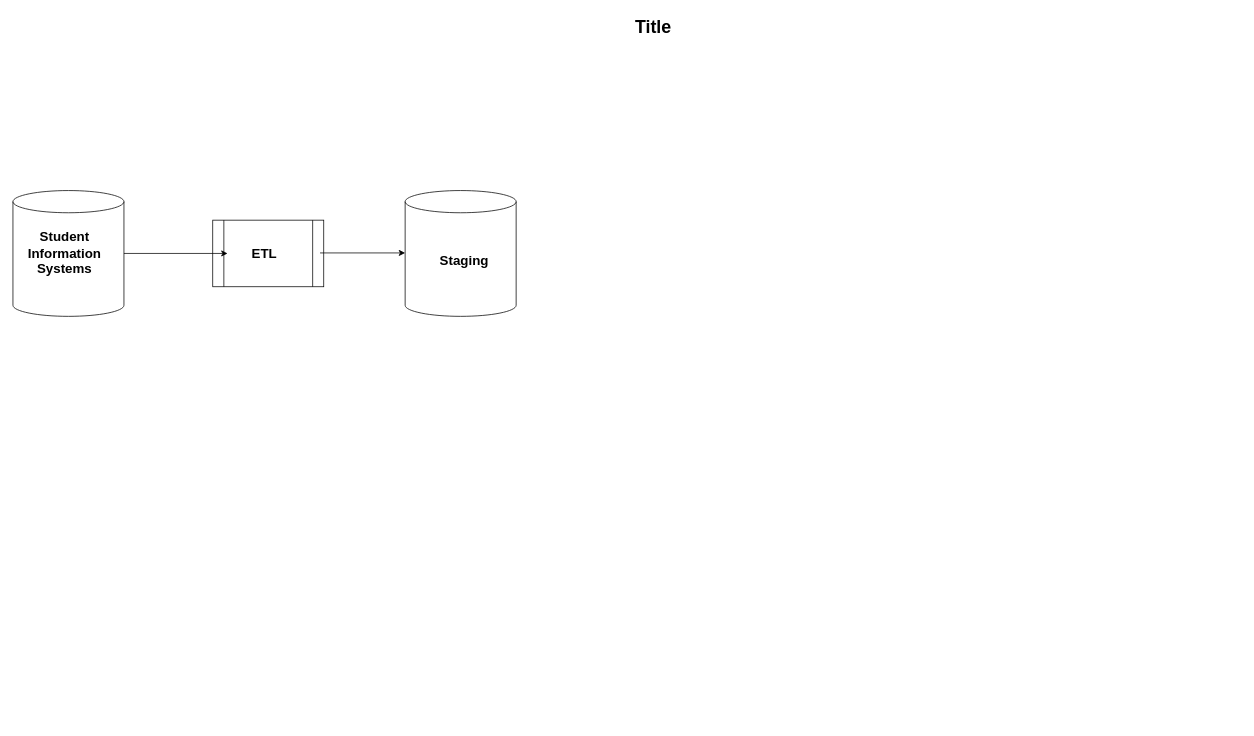
SifisoMzansi/architecture-diagrams keeps this draw.io diagram as Untitled Diagram.drawio. Above is the earlier version. Source tidied: cells renumbered, new cells numbered last; positions are measured from the earlier drawing's top-left corner, leaving out a move shared by most shapes. Both pictures are drawn from the tidied source at 74%, with x=0, y=0 at pixel (13, 13).
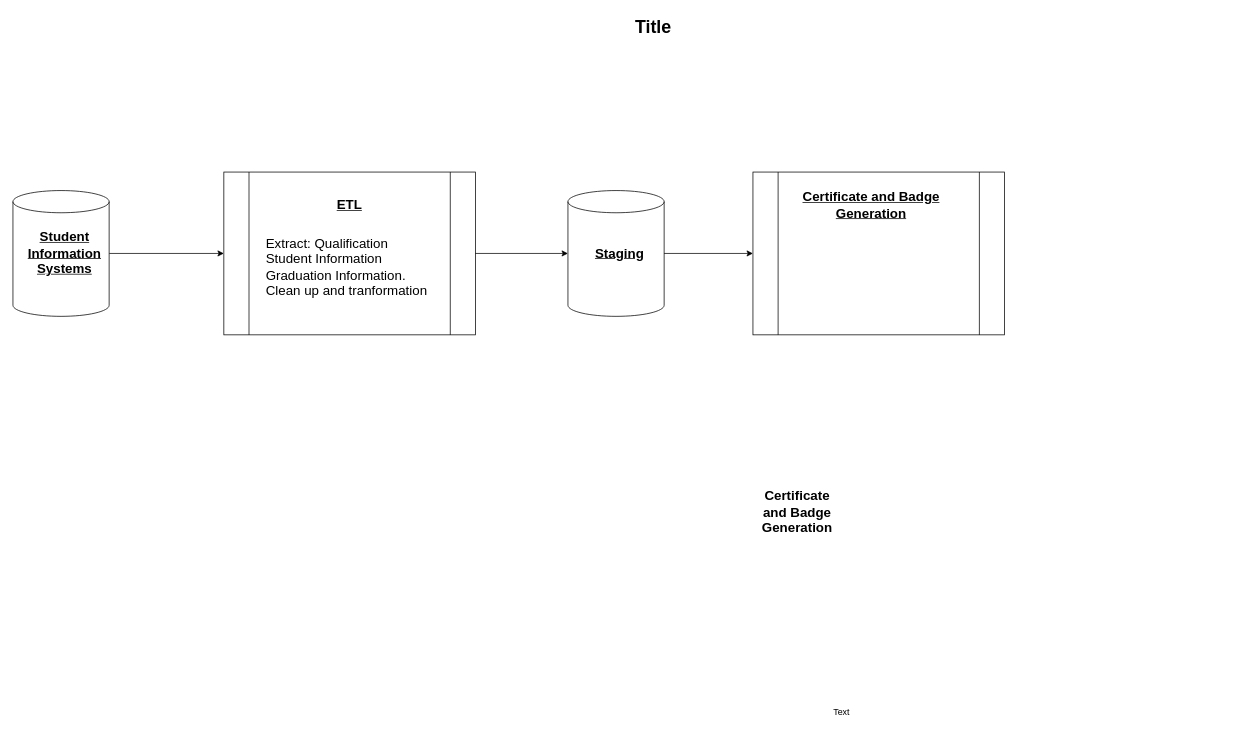
After the change.

Diff of the diagram source:
```diff
@@
 <mxGraphModel>
   <root>
     <mxCell id="0" />
     <mxCell id="1" parent="0" />
     <mxCell id="2" value="Title" style="text;strokeColor=none;fillColor=none;html=1;fontSize=24;fontStyle=1;verticalAlign=middle;align=center;" parent="1" vertex="1">
       <mxGeometry x="70" width="1590" height="40" as="geometry" />
     </mxCell>
+    <mxCell id="11" style="edgeStyle=orthogonalEdgeStyle;rounded=0;jettySize=auto;html=1;entryX=0;entryY=0.5;entryDx=0;entryDy=0;" parent="1" edge="1" source="3" target="5">
+      <mxGeometry relative="1" as="geometry" />
+    </mxCell>
     <mxCell id="3" style="shape=cylinder3;whiteSpace=wrap;html=1;boundedLbl=1;backgroundOutline=1;size=15;" parent="1" vertex="1">
-      <mxGeometry y="240" width="150" height="170" as="geometry" />
+      <mxGeometry y="240" width="130" height="170" as="geometry" />
     </mxCell>
-    <mxCell id="4" value="&lt;font style=&quot;font-size: 18px;&quot;&gt;&lt;b&gt;Student Information Systems&lt;/b&gt;&lt;/font&gt;" style="text;html=1;align=center;verticalAlign=middle;whiteSpace=wrap;rounded=0;" parent="1" vertex="1">
+    <mxCell id="4" value="&lt;font style=&quot;font-size: 18px;&quot;&gt;&lt;b&gt;&lt;u&gt;Student Information Systems&lt;/u&gt;&lt;/b&gt;&lt;/font&gt;" style="text;html=1;align=center;verticalAlign=middle;whiteSpace=wrap;rounded=0;" parent="1" vertex="1">
       <mxGeometry x="10" y="280" width="120" height="90" as="geometry" />
     </mxCell>
     <mxCell id="5" style="shape=process;whiteSpace=wrap;html=1;backgroundOutline=1;" parent="1" vertex="1">
-      <mxGeometry x="270" y="280" width="150" height="90" as="geometry" />
+      <mxGeometry x="285" y="215" width="340" height="220" as="geometry" />
     </mxCell>
-    <mxCell id="6" value="&lt;font style=&quot;font-size: 18px;&quot;&gt;&lt;b&gt;ETL&lt;/b&gt;&lt;/font&gt;" style="text;html=1;align=center;verticalAlign=middle;whiteSpace=wrap;rounded=0;" parent="1" vertex="1">
-      <mxGeometry x="290" y="305" width="100" height="40" as="geometry" />
+    <mxCell id="6" value="&lt;font style=&quot;font-size: 18px;&quot;&gt;&lt;b&gt;&lt;u&gt;ETL&lt;/u&gt;&lt;/b&gt;&lt;/font&gt;" style="text;html=1;align=center;verticalAlign=middle;whiteSpace=wrap;rounded=0;" parent="1" vertex="1">
+      <mxGeometry x="330" y="240" width="250" height="40" as="geometry" />
     </mxCell>
-    <mxCell id="7" style="shape=cylinder3;whiteSpace=wrap;html=1;boundedLbl=1;backgroundOutline=1;size=15;" parent="1" vertex="1">
-      <mxGeometry x="530" y="240" width="150" height="170" as="geometry" />
-    </mxCell>
-    <mxCell id="8" style="endArrow=classic;html=1;rounded=0;exitX=1;exitY=0.5;exitDx=0;exitDy=0;exitPerimeter=0;entryX=0;entryY=0.5;entryDx=0;entryDy=0;" parent="1" edge="1" source="3" target="6">
-      <mxGeometry relative="1" as="geometry" />
-    </mxCell>
-    <mxCell id="9" style="endArrow=classic;html=1;rounded=0;exitX=1;exitY=0.5;exitDx=0;exitDy=0;exitPerimeter=0;entryX=0;entryY=0.5;entryDx=0;entryDy=0;" parent="1" edge="1">
-      <mxGeometry relative="1" as="geometry">
-        <mxPoint x="415" y="324.3" as="sourcePoint" />
-        <mxPoint x="530" y="324.3" as="targetPoint" />
-      </mxGeometry>
-    </mxCell>
+    <mxCell id="12" value="&lt;div style=&quot;text-align: justify;&quot;&gt;&lt;span style=&quot;font-size: 18px; background-color: initial;&quot;&gt;Extract: Qualification&amp;nbsp;&lt;/span&gt;&lt;/div&gt;&lt;div style=&quot;text-align: justify;&quot;&gt;&lt;span style=&quot;font-size: 18px; background-color: initial;&quot;&gt;Student Information&lt;/span&gt;&lt;/div&gt;&lt;div style=&quot;text-align: justify;&quot;&gt;&lt;span style=&quot;font-size: 18px; background-color: initial;&quot;&gt;Graduation Information.&amp;nbsp;&lt;/span&gt;&lt;/div&gt;&lt;div style=&quot;text-align: justify;&quot;&gt;&lt;span style=&quot;font-size: 18px; background-color: initial;&quot;&gt;Clean up and tranformation&lt;/span&gt;&lt;/div&gt;&lt;div style=&quot;text-align: justify;&quot;&gt;&lt;span style=&quot;font-size: 18px; background-color: initial;&quot;&gt;&lt;span style=&quot;white-space: pre;&quot;&gt;&#9;&lt;/span&gt;&lt;/span&gt;&lt;/div&gt;" style="text;html=1;align=left;verticalAlign=middle;whiteSpace=wrap;rounded=0;" parent="1" vertex="1">
+      <mxGeometry x="340" y="300" width="240" height="110" as="geometry" />
+    </mxCell>
+    <mxCell id="13" value="&lt;font style=&quot;font-size: 18px;&quot;&gt;&lt;b&gt;Certificate and Badge Generation&lt;/b&gt;&lt;/font&gt;" style="text;html=1;align=center;verticalAlign=middle;whiteSpace=wrap;rounded=0;" parent="1" vertex="1">
+      <mxGeometry x="1000" y="640" width="120" height="70" as="geometry" />
+    </mxCell>
+    <mxCell id="14" value="Text" style="text;strokeColor=none;align=center;fillColor=none;html=1;verticalAlign=middle;whiteSpace=wrap;rounded=0;" parent="1" vertex="1">
+      <mxGeometry x="1090" y="930" width="60" height="30" as="geometry" />
+    </mxCell>
+    <mxCell id="15" style="shape=cylinder3;whiteSpace=wrap;html=1;boundedLbl=1;backgroundOutline=1;size=15;" parent="1" vertex="1">
+      <mxGeometry x="750" y="240" width="130" height="170" as="geometry" />
+    </mxCell>
+    <mxCell id="16" style="edgeStyle=orthogonalEdgeStyle;rounded=0;jettySize=auto;html=1;entryX=0;entryY=0.5;entryDx=0;entryDy=0;" parent="1" edge="1" source="10" target="18">
+      <mxGeometry relative="1" as="geometry" />
+    </mxCell>
-    <mxCell id="10" value="&lt;font style=&quot;font-size: 18px;&quot;&gt;&lt;b&gt;Staging&lt;/b&gt;&lt;/font&gt;" style="text;html=1;align=center;verticalAlign=middle;whiteSpace=wrap;rounded=0;" parent="1" vertex="1">
-      <mxGeometry x="550" y="290" width="120" height="90" as="geometry" />
+    <mxCell id="10" value="&lt;font style=&quot;font-size: 18px;&quot;&gt;&lt;b&gt;&lt;u&gt;Staging&lt;/u&gt;&lt;/b&gt;&lt;/font&gt;" style="text;html=1;align=center;verticalAlign=middle;whiteSpace=wrap;rounded=0;" parent="1" vertex="1">
+      <mxGeometry x="760" y="280" width="120" height="90" as="geometry" />
     </mxCell>
+    <mxCell id="17" style="edgeStyle=orthogonalEdgeStyle;rounded=0;jettySize=auto;html=1;entryX=0;entryY=0.5;entryDx=0;entryDy=0;entryPerimeter=0;" parent="1" edge="1" source="5" target="15">
+      <mxGeometry relative="1" as="geometry" />
+    </mxCell>
+    <mxCell id="18" style="shape=process;whiteSpace=wrap;html=1;backgroundOutline=1;" parent="1" vertex="1">
+      <mxGeometry x="1000" y="215" width="340" height="220" as="geometry" />
+    </mxCell>
+    <mxCell id="19" value="&lt;font style=&quot;font-size: 18px;&quot;&gt;&lt;b&gt;&lt;u&gt;Certificate and Badge Generation&lt;/u&gt;&lt;/b&gt;&lt;/font&gt;" style="text;html=1;align=center;verticalAlign=middle;whiteSpace=wrap;rounded=0;" parent="1" vertex="1">
+      <mxGeometry x="1040" y="245" width="240" height="30" as="geometry" />
+    </mxCell>
   </root>
 </mxGraphModel>
```
